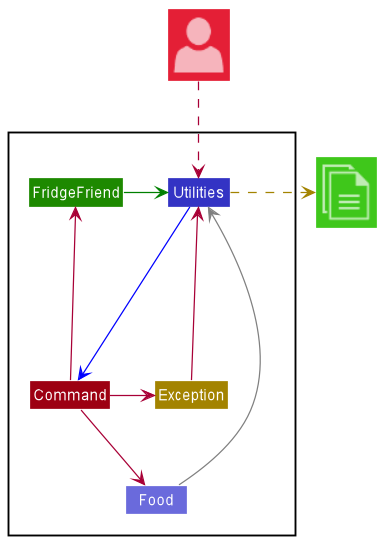
The PlantUML diagram docs/diagrams/diagram_images/ArchitectureDiagram.png in nus-cs2113-AY2021S2/tp, before a commit. Source of this version:
```plantuml
@startuml
!include <office/Concepts/globe_internet>
!include <office/Concepts/documents>
!include <office/Users/user>
!include style.puml

Package " "<<Rectangle>>{
    Class FridgeFriend UI_COLOR
    Class Utilities LOGIC_COLOR
    Class Exception STORAGE_COLOR
    Class Command MODEL_COLOR
    Class Food LOGIC_COLOR_T2
}

Class "<$user>" as User MODEL_COLOR_T2
Class "<$documents>" as File UI_COLOR_T2


FridgeFriend -[#green]> Utilities
Utilities -[#blue]--> Command
Food -[#grey]-> Utilities
Command --> Food
Command --> FridgeFriend
Command -> Exception
Exception -> Utilities


Utilities .right[STORAGE_COLOR].>File
User ..> Utilities
@enduml
```
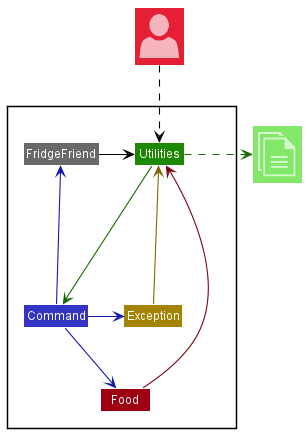
After the change.

The edit, as a diff of the source:
```diff
@@ -1,30 +1,28 @@
-@startuml
-!include <office/Concepts/globe_internet>
+@startuml ArchitectureDiagram
 !include <office/Concepts/documents>
 !include <office/Users/user>
 !include style.puml
 
 Package " "<<Rectangle>>{
-    Class FridgeFriend UI_COLOR
-    Class Utilities LOGIC_COLOR
-    Class Exception STORAGE_COLOR
-    Class Command MODEL_COLOR
-    Class Food LOGIC_COLOR_T2
+    Class FridgeFriend FRIDGEFRIEND_COLOR
+    Class Utilities UTILITIES_COLOR
+    Class Exception EXCEPTION_COLOR
+    Class Command COMMAND_COLOR
+    Class Food FOOD_COLOR
 }
 
-Class "<$user>" as User MODEL_COLOR_T2
-Class "<$documents>" as File UI_COLOR_T2
+Class "<$user>" as User FOOD_COLOR_T2
+Class "<$documents>" as File UTILITIES_COLOR_T1
 
 
-FridgeFriend -[#green]> Utilities
-Utilities -[#blue]--> Command
-Food -[#grey]-> Utilities
-Command --> Food
-Command --> FridgeFriend
-Command -> Exception
-Exception -> Utilities
+FridgeFriend -> Utilities
+Utilities -[UTILITIES_COLOR_T3]--> Command
+Food -[FOOD_COLOR_T3]-> Utilities
+Command -[COMMAND_COLOR_T3]-> Food
+Command -[COMMAND_COLOR_T3]-> FridgeFriend
+Command -[COMMAND_COLOR_T3]> Exception
+Exception -[EXCEPTION_COLOR_T3]> Utilities
+Utilities .right[UTILITIES_COLOR_T3].>File
+User ..> Utilities
 
-
-Utilities .right[STORAGE_COLOR].>File
-User ..> Utilities
 @enduml
```
